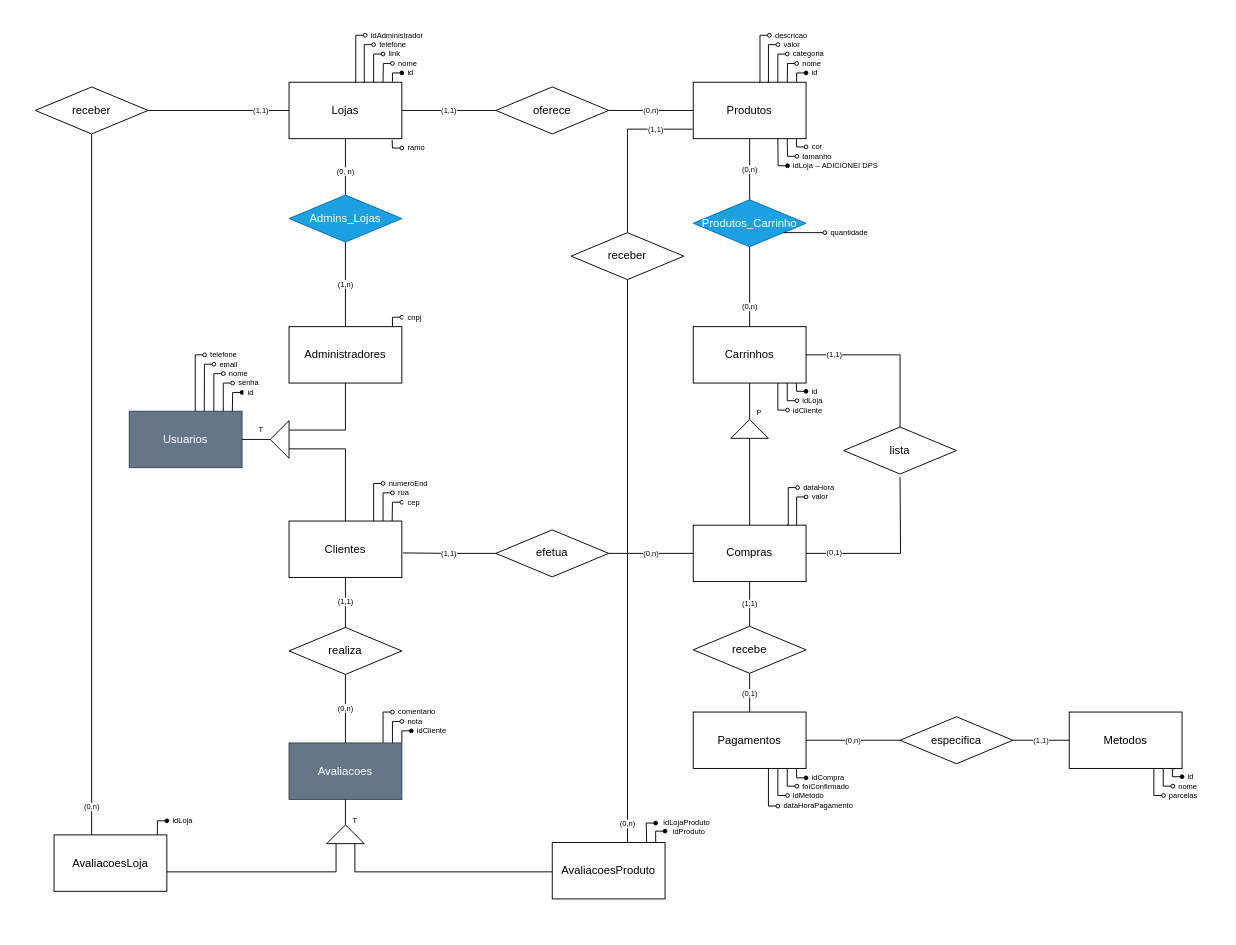
Before: ERD.drawio in fsbertoglio/Banco_de_Dados, a draw.io diagram. Source tidied: cells renumbered, new cells numbered last; positions are measured from the earlier drawing's top-left corner, leaving out a move shared by most shapes. Both pictures are drawn from the tidied source at 94%, with x=0, y=0 at pixel (35, 35).
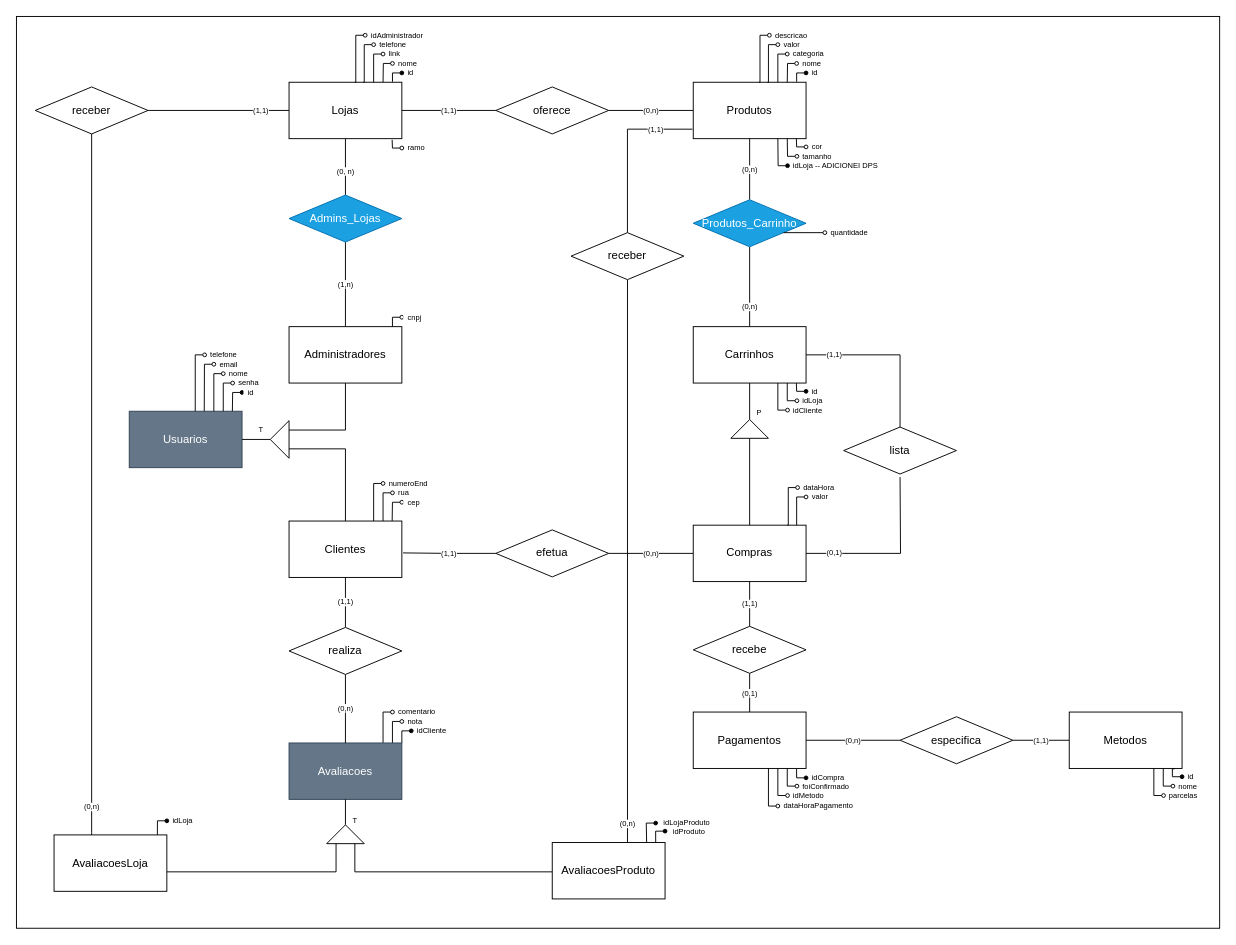
Above is the later version.

Change to the diagram source:
```diff
@@
+    <mxCell id="105" style="rounded=0;whiteSpace=wrap;html=1;fillColor=#FFFFFF;" parent="1" vertex="1">
+      <mxGeometry x="-20" y="-20" width="1280" height="970" as="geometry" />
+    </mxCell>
```
